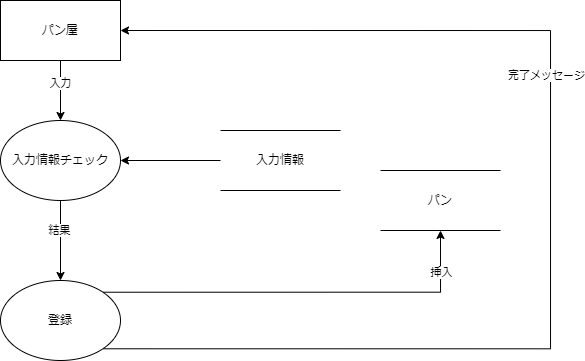
Earlier version of the draw.io export DFD/パン屋アカウント登録.drawio.png (Pyama1013/Sotsu.Gamen). Source tidied: cells renumbered, new cells last; positions are measured from the earlier drawing's top-left corner, leaving out a move shared by most shapes.
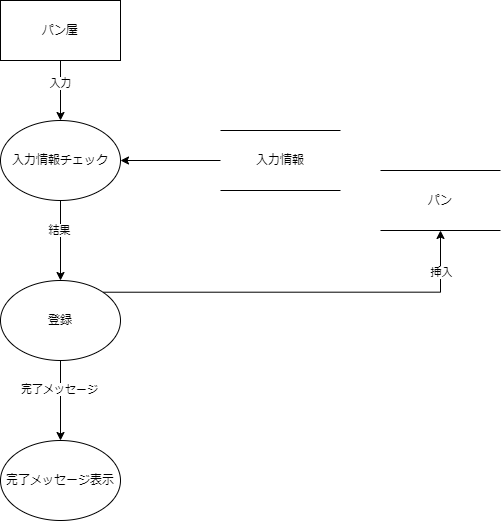
After the change.

Commit message:
Update パン屋アカウント登録.drawio.png

Diff of the diagram source:
```diff
@@ -26,18 +26,11 @@
     <mxCell id="9" value="挿入" style="edgeLabel;html=1;align=center;verticalAlign=middle;" parent="8" vertex="1">
       <mxGeometry x="0.79" y="-1" relative="1" as="geometry" />
     </mxCell>
-    <mxCell id="10" style="edgeStyle=orthogonalEdgeStyle;rounded=0;jettySize=auto;html=1;exitX=1;exitY=1;exitDx=0;exitDy=0;entryX=1;entryY=0.5;entryDx=0;entryDy=0;" parent="1" edge="1" source="12" target="4">
-      <mxGeometry relative="1" as="geometry">
-        <Array as="points">
-          <mxPoint x="550" y="348" />
-          <mxPoint x="550" y="30" />
-        </Array>
-      </mxGeometry>
-    </mxCell>
+    <mxCell id="16" style="edgeStyle=orthogonalEdgeStyle;rounded=0;jettySize=auto;html=1;exitX=0.5;exitY=1;exitDx=0;exitDy=0;entryX=0.5;entryY=0;entryDx=0;entryDy=0;" parent="1" edge="1" source="12" target="17">
+      <mxGeometry relative="1" as="geometry" />
+    </mxCell>
-    <mxCell id="11" value="完了メッセージ" style="edgeLabel;html=1;align=center;verticalAlign=middle;" parent="10" vertex="1">
-      <mxGeometry x="0.36" y="-4" relative="1" as="geometry">
-        <mxPoint x="41" y="49" as="offset" />
-      </mxGeometry>
+    <mxCell id="11" value="完了メッセージ" style="edgeLabel;html=1;align=center;verticalAlign=middle;" parent="16" vertex="1">
+      <mxGeometry x="-0.28" y="-1" relative="1" as="geometry" />
     </mxCell>
     <mxCell id="12" value="登録" style="ellipse;whiteSpace=wrap;html=1;" parent="1" vertex="1">
       <mxGeometry y="280" width="120" height="80" as="geometry" />
@@ -51,5 +44,8 @@
     <mxCell id="15" value="パン" style="shape=partialRectangle;whiteSpace=wrap;html=1;left=0;right=0;fillColor=none;" parent="1" vertex="1">
       <mxGeometry x="380" y="170" width="120" height="60" as="geometry" />
     </mxCell>
+    <mxCell id="17" value="完了メッセージ表示" style="ellipse;whiteSpace=wrap;html=1;" parent="1" vertex="1">
+      <mxGeometry y="440" width="120" height="80" as="geometry" />
+    </mxCell>
   </root>
 </mxGraphModel>
```
